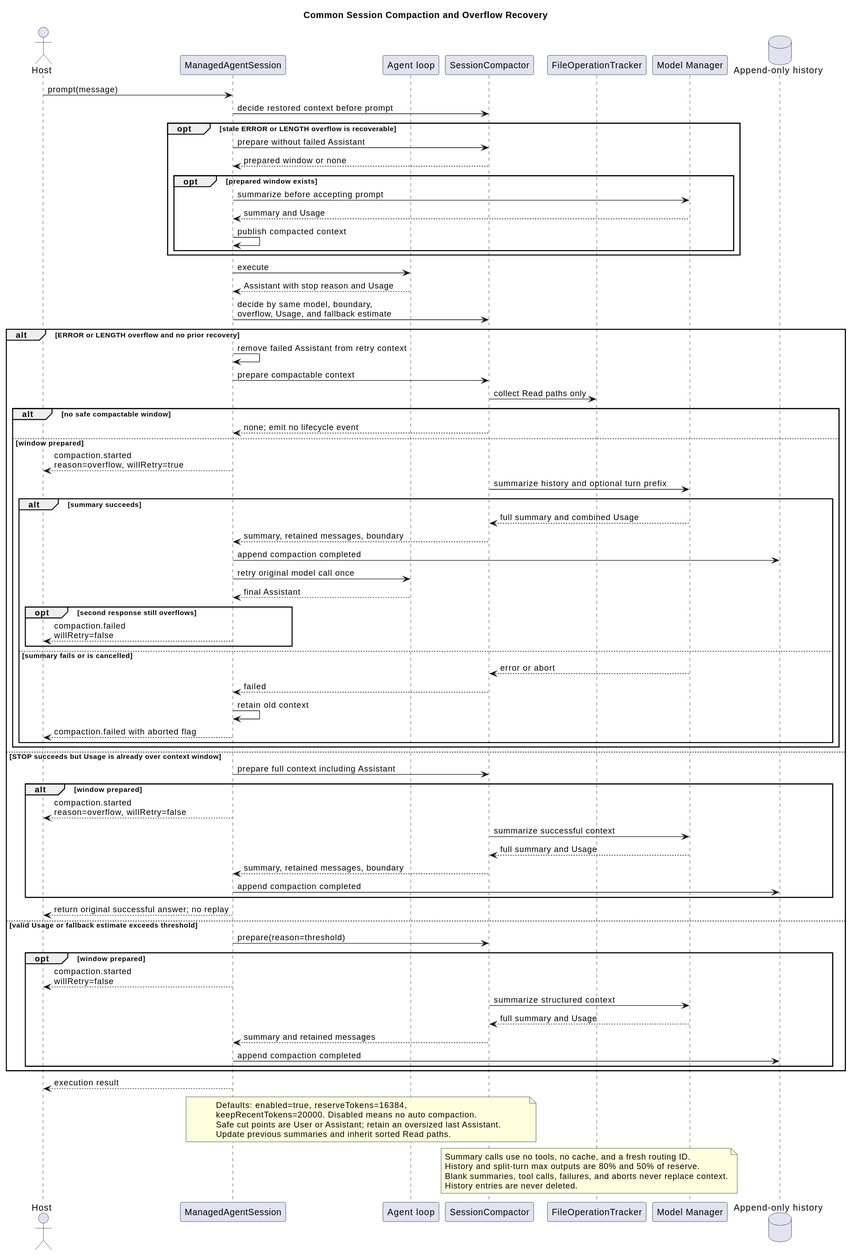
Above: pi-mono-java-tool-system/managed_session_compaction.svg in ssm0808/pi-mono-java-design (PlantUML), before the change.
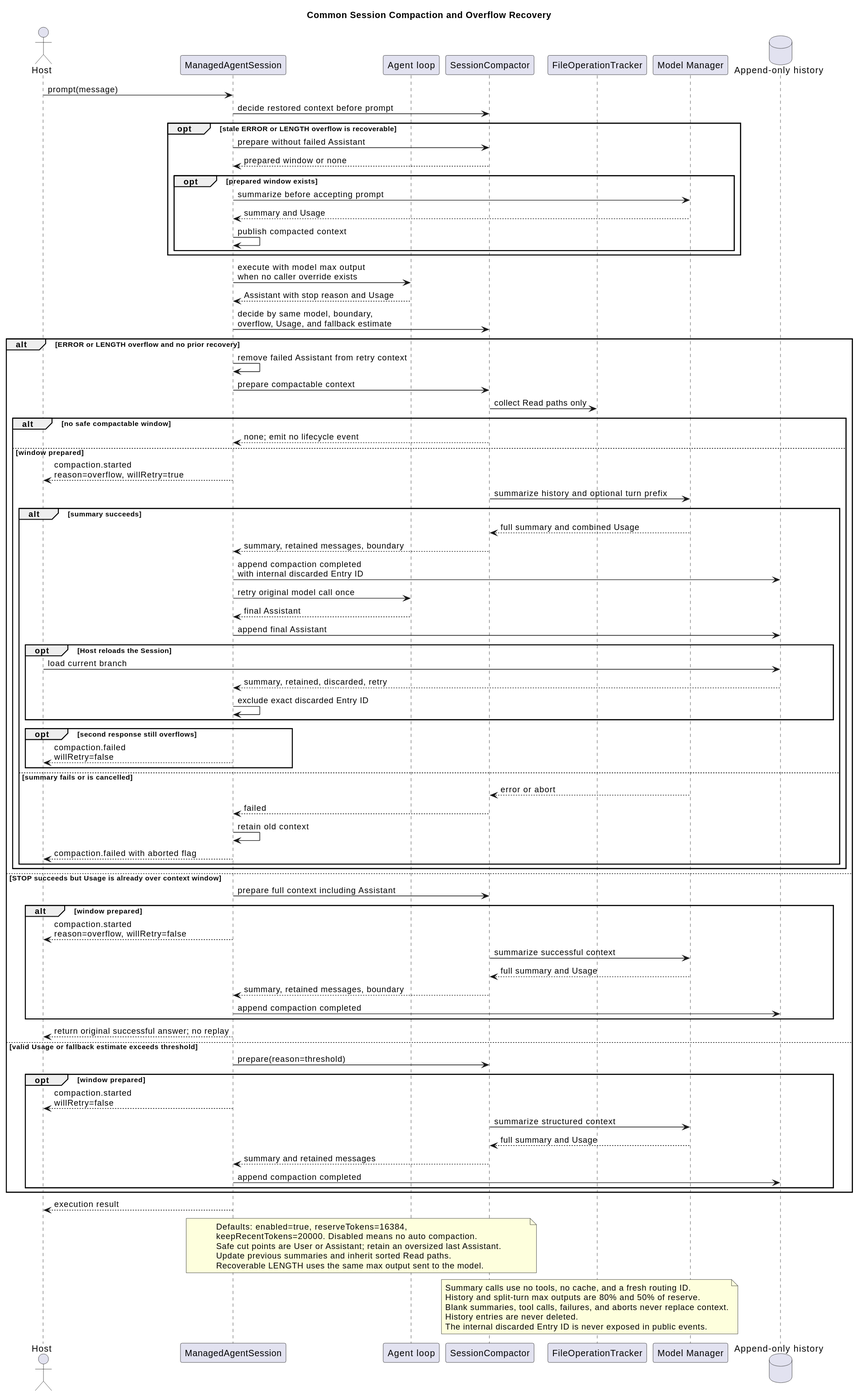
Later version of the same file.

The edit, as a diff of the source:
```diff
@@ -22,7 +22,7 @@
     Session -> Session : publish compacted context
   end
 end
-Session -> Agent : execute
+Session -> Agent : execute with model max output\nwhen no caller override exists
 Agent --> Session : Assistant with stop reason and Usage
 Session -> Compactor : decide by same model, boundary,\noverflow, Usage, and fallback estimate
 alt ERROR or LENGTH overflow and no prior recovery
@@ -37,9 +37,15 @@
     alt summary succeeds
       Model --> Compactor : full summary and combined Usage
       Compactor --> Session : summary, retained messages, boundary
-      Session -> History : append compaction completed
+      Session -> History : append compaction completed\nwith internal discarded Entry ID
       Session -> Agent : retry original model call once
       Agent --> Session : final Assistant
+      Session -> History : append final Assistant
+      opt Host reloads the Session
+        Host -> History : load current branch
+        History --> Session : summary, retained, discarded, retry
+        Session -> Session : exclude exact discarded Entry ID
+      end
       opt second response still overflows
         Session --> Host : compaction.failed\nwillRetry=false
       end
@@ -77,6 +83,7 @@
 keepRecentTokens=20000. Disabled means no auto compaction.
 Safe cut points are User or Assistant; retain an oversized last Assistant.
 Update previous summaries and inherit sorted Read paths.
+Recoverable LENGTH uses the same max output sent to the model.
 end note
 
 note over Compactor,Model
@@ -84,5 +91,6 @@
 History and split-turn max outputs are 80% and 50% of reserve.
 Blank summaries, tool calls, failures, and aborts never replace context.
 History entries are never deleted.
+The internal discarded Entry ID is never exposed in public events.
 end note
 @enduml
```
